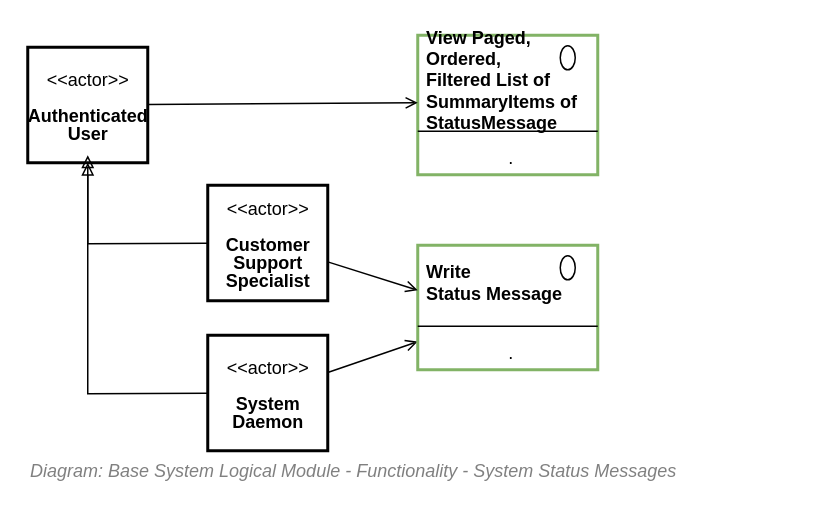
The draw.io diagram 43.Functionality View/Functionality View - Functions - System Status Messages.drawio in skysgh/System.Design.Resources.Service, before the edit. Source tidied: cells renumbered, new cells numbered last; positions are measured from the earlier drawing's top-left corner, leaving out a move shared by most shapes. Both pictures are drawn from the tidied source at 150%, with x=0, y=0 at pixel (27, 34).
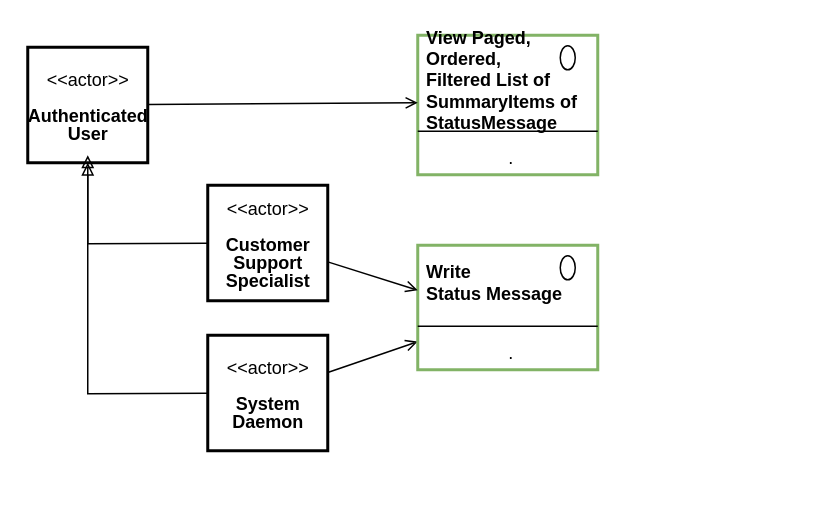
The same diagram, later.

Diff of the diagram source:
```diff
@@
-    <mxCell id="2" value="&lt;font style=&quot;font-size: 12px&quot;&gt;&lt;span style=&quot;font-size: 12px&quot;&gt;Diagram: Base&amp;nbsp;&lt;/span&gt;System&amp;nbsp;&lt;span style=&quot;font-size: 12px&quot;&gt;Logical Module -&amp;nbsp;&lt;/span&gt;&lt;span style=&quot;font-size: 12px&quot;&gt;Functionality -&amp;nbsp;&lt;/span&gt;System Status Messages&lt;/font&gt;" style="text;strokeColor=none;fillColor=none;html=1;fontSize=12;fontStyle=2;verticalAlign=middle;align=left;shadow=0;glass=0;comic=0;opacity=30;fontColor=#808080;" parent="1" vertex="1">
-      <mxGeometry y="277" width="520" height="28" as="geometry" />
-    </mxCell>
```
